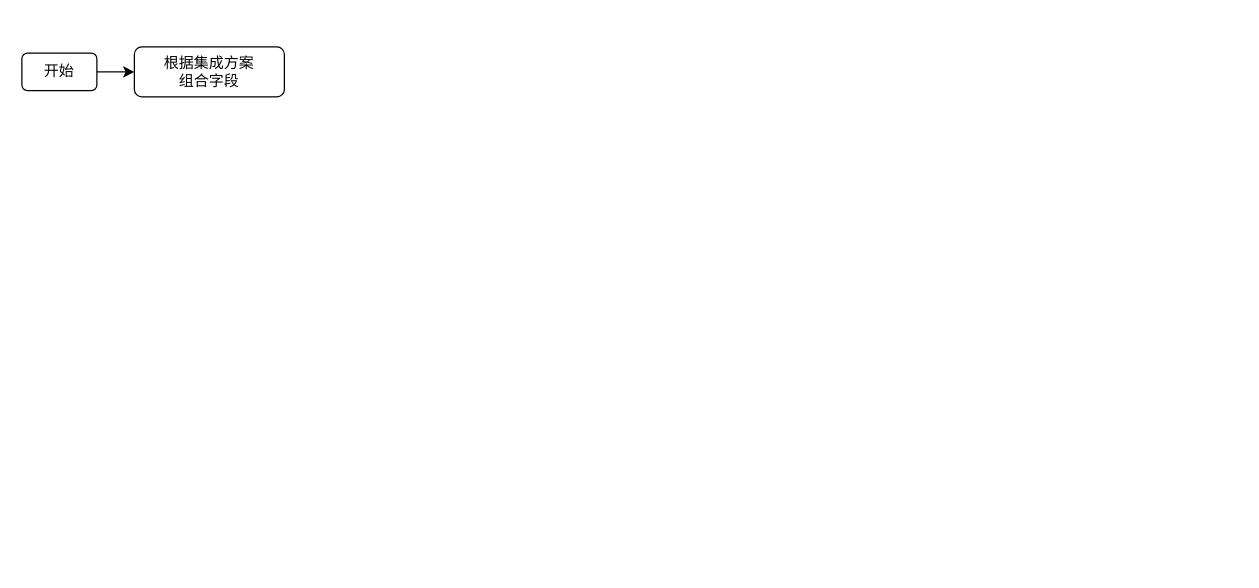
Above: eip2.drawio in Alphathur/diagram (draw.io), before the change. Source tidied: cells renumbered, new cells numbered last; positions are measured from the earlier drawing's top-left corner, leaving out a move shared by most shapes. Both pictures are drawn from the tidied source at 125%, with x=0, y=0 at pixel (21, 46).
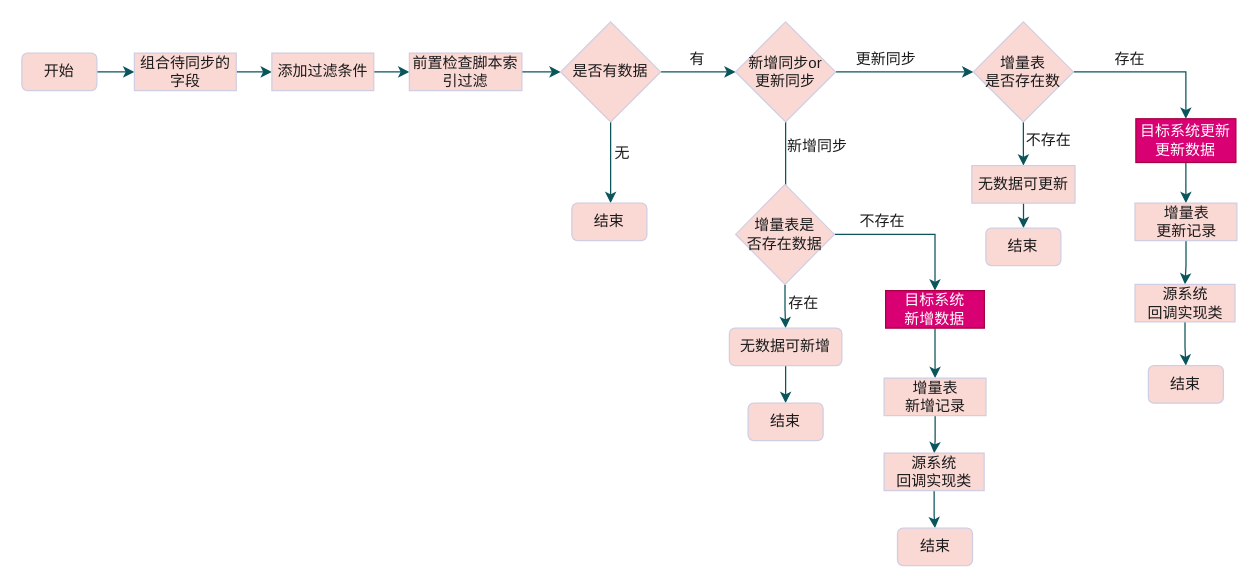
Above is the later version.

Change to the diagram source:
```diff
@@
-    <mxCell id="2" style="edgeStyle=orthogonalEdgeStyle;rounded=0;jettySize=auto;html=1;exitX=1;exitY=0.5;exitDx=0;exitDy=0;entryX=0;entryY=0.5;entryDx=0;entryDy=0;" parent="1" edge="1" source="3" target="4">
-      <mxGeometry relative="1" as="geometry" />
-    </mxCell>
+    <mxCell id="5" style="edgeStyle=orthogonalEdgeStyle;rounded=0;jettySize=auto;html=1;strokeColor=#09555B;fontColor=#1A1A1A;" parent="1" edge="1" source="3" target="49">
+      <mxGeometry relative="1" as="geometry" />
+    </mxCell>
-    <mxCell id="3" value="开始" style="rounded=1;whiteSpace=wrap;html=1;" parent="1" vertex="1">
+    <mxCell id="3" value="开始" style="rounded=1;whiteSpace=wrap;html=1;fillColor=#FAD9D5;strokeColor=#D0CEE2;fontColor=#1A1A1A;" parent="1" vertex="1">
       <mxGeometry y="5" width="60" height="30" as="geometry" />
     </mxCell>
-    <mxCell id="4" value="根据集成方案&lt;br&gt;组合字段" style="rounded=1;whiteSpace=wrap;html=1;" parent="1" vertex="1">
-      <mxGeometry x="90" width="120" height="40" as="geometry" />
-    </mxCell>
+    <mxCell id="6" style="edgeStyle=orthogonalEdgeStyle;rounded=0;jettySize=auto;html=1;exitX=1;exitY=0.5;exitDx=0;exitDy=0;entryX=0;entryY=0.5;entryDx=0;entryDy=0;strokeColor=#09555B;fontColor=#1A1A1A;" parent="1" edge="1" target="9">
+      <mxGeometry relative="1" as="geometry">
+        <mxPoint x="399" y="20" as="sourcePoint" />
+      </mxGeometry>
+    </mxCell>
+    <mxCell id="7" style="edgeStyle=orthogonalEdgeStyle;rounded=0;jettySize=auto;html=1;strokeColor=#09555B;fontColor=#1A1A1A;" parent="1" edge="1" source="9">
+      <mxGeometry relative="1" as="geometry">
+        <mxPoint x="571" y="20" as="targetPoint" />
+      </mxGeometry>
+    </mxCell>
+    <mxCell id="8" style="edgeStyle=orthogonalEdgeStyle;rounded=0;jettySize=auto;html=1;entryX=0.5;entryY=0;entryDx=0;entryDy=0;strokeColor=#09555B;fontColor=#1A1A1A;" parent="1" edge="1" source="9">
+      <mxGeometry relative="1" as="geometry">
+        <mxPoint x="471" y="125" as="targetPoint" />
+        <Array as="points">
+          <mxPoint x="471" y="85" />
+          <mxPoint x="471" y="85" />
+        </Array>
+      </mxGeometry>
+    </mxCell>
+    <mxCell id="9" value="是否有数据" style="rhombus;whiteSpace=wrap;html=1;fillColor=#FAD9D5;strokeColor=#D0CEE2;fontColor=#1A1A1A;" parent="1" vertex="1">
+      <mxGeometry x="431" y="-20" width="80" height="80" as="geometry" />
+    </mxCell>
+    <mxCell id="10" value="无" style="text;html=1;align=center;verticalAlign=middle;strokeColor=none;fillColor=none;fontColor=#1A1A1A;" parent="1" vertex="1">
+      <mxGeometry x="460" y="70" width="40" height="30" as="geometry" />
+    </mxCell>
+    <mxCell id="11" value="有" style="text;html=1;align=center;verticalAlign=middle;strokeColor=none;fillColor=none;fontColor=#1A1A1A;" parent="1" vertex="1">
+      <mxGeometry x="520" y="-5" width="40" height="30" as="geometry" />
+    </mxCell>
+    <mxCell id="12" style="edgeStyle=orthogonalEdgeStyle;rounded=0;jettySize=auto;html=1;strokeColor=#09555B;fontColor=#1A1A1A;" parent="1" edge="1" source="14">
+      <mxGeometry relative="1" as="geometry">
+        <mxPoint x="611" y="125" as="targetPoint" />
+      </mxGeometry>
+    </mxCell>
+    <mxCell id="13" style="edgeStyle=orthogonalEdgeStyle;rounded=0;jettySize=auto;html=1;entryX=0;entryY=0.5;entryDx=0;entryDy=0;strokeColor=#09555B;fontColor=#1A1A1A;" parent="1" edge="1" source="14" target="21">
+      <mxGeometry relative="1" as="geometry" />
+    </mxCell>
+    <mxCell id="14" value="新增同步or&lt;br&gt;更新同步" style="rhombus;whiteSpace=wrap;html=1;fillColor=#FAD9D5;strokeColor=#D0CEE2;fontColor=#1A1A1A;" parent="1" vertex="1">
+      <mxGeometry x="571" y="-20" width="80" height="80" as="geometry" />
+    </mxCell>
+    <mxCell id="15" value="新增同步" style="text;html=1;align=center;verticalAlign=middle;strokeColor=none;fillColor=none;fontColor=#1A1A1A;" parent="1" vertex="1">
+      <mxGeometry x="601" y="65" width="70" height="30" as="geometry" />
+    </mxCell>
+    <mxCell id="16" style="edgeStyle=orthogonalEdgeStyle;rounded=0;jettySize=auto;html=1;entryX=0.5;entryY=0;entryDx=0;entryDy=0;strokeColor=#09555B;fontColor=#1A1A1A;" parent="1" edge="1" source="18" target="23">
+      <mxGeometry relative="1" as="geometry" />
+    </mxCell>
+    <mxCell id="17" style="edgeStyle=orthogonalEdgeStyle;rounded=0;jettySize=auto;html=1;entryX=0.5;entryY=0;entryDx=0;entryDy=0;strokeColor=#09555B;fontColor=#1A1A1A;" parent="1" edge="1" source="18" target="26">
+      <mxGeometry relative="1" as="geometry" />
+    </mxCell>
+    <mxCell id="18" value="增量表是&lt;br&gt;否存在数据" style="rhombus;whiteSpace=wrap;html=1;fillColor=#FAD9D5;strokeColor=#D0CEE2;fontColor=#1A1A1A;" parent="1" vertex="1">
+      <mxGeometry x="571" y="110" width="79" height="80" as="geometry" />
+    </mxCell>
+    <mxCell id="19" style="edgeStyle=orthogonalEdgeStyle;rounded=0;jettySize=auto;html=1;entryX=0.5;entryY=0;entryDx=0;entryDy=0;strokeColor=#09555B;fontColor=#1A1A1A;" parent="1" edge="1" source="21" target="34">
+      <mxGeometry relative="1" as="geometry" />
+    </mxCell>
+    <mxCell id="20" style="edgeStyle=orthogonalEdgeStyle;rounded=0;jettySize=auto;html=1;entryX=0.5;entryY=0;entryDx=0;entryDy=0;strokeColor=#09555B;fontColor=#1A1A1A;" parent="1" edge="1" source="21" target="38">
+      <mxGeometry relative="1" as="geometry" />
+    </mxCell>
+    <mxCell id="21" value="增量表&lt;br&gt;是否存在数" style="rhombus;whiteSpace=wrap;html=1;fillColor=#FAD9D5;strokeColor=#D0CEE2;fontColor=#1A1A1A;" parent="1" vertex="1">
+      <mxGeometry x="761.2" y="-20" width="80" height="80" as="geometry" />
+    </mxCell>
+    <mxCell id="22" style="edgeStyle=orthogonalEdgeStyle;rounded=0;jettySize=auto;html=1;strokeColor=#09555B;fontColor=#1A1A1A;" parent="1" edge="1" source="23">
+      <mxGeometry relative="1" as="geometry">
+        <mxPoint x="611" y="285" as="targetPoint" />
+      </mxGeometry>
+    </mxCell>
+    <mxCell id="23" value="无数据可新增" style="rounded=1;whiteSpace=wrap;html=1;fillColor=#FAD9D5;strokeColor=#D0CEE2;fontColor=#1A1A1A;" parent="1" vertex="1">
+      <mxGeometry x="566" y="225" width="90" height="30" as="geometry" />
+    </mxCell>
+    <mxCell id="24" value="存在" style="text;html=1;align=center;verticalAlign=middle;strokeColor=none;fillColor=none;fontColor=#1A1A1A;" parent="1" vertex="1">
+      <mxGeometry x="600" y="190" width="50" height="30" as="geometry" />
+    </mxCell>
+    <mxCell id="25" style="edgeStyle=orthogonalEdgeStyle;rounded=0;jettySize=auto;html=1;strokeColor=#09555B;fontColor=#1A1A1A;" parent="1" edge="1" source="26" target="29">
+      <mxGeometry relative="1" as="geometry" />
+    </mxCell>
+    <mxCell id="26" value="目标系统&lt;br&gt;新增数据" style="whiteSpace=wrap;html=1;fillColor=#d80073;strokeColor=#A50040;fontColor=#ffffff;" parent="1" vertex="1">
+      <mxGeometry x="691" y="195" width="79" height="30" as="geometry" />
+    </mxCell>
+    <mxCell id="27" value="不存在" style="text;html=1;align=center;verticalAlign=middle;strokeColor=none;fillColor=none;fontColor=#1A1A1A;" parent="1" vertex="1">
+      <mxGeometry x="658" y="125" width="60" height="30" as="geometry" />
+    </mxCell>
+    <mxCell id="28" style="edgeStyle=orthogonalEdgeStyle;rounded=0;jettySize=auto;html=1;strokeColor=#09555B;fontColor=#1A1A1A;" parent="1" edge="1" source="29" target="31">
+      <mxGeometry relative="1" as="geometry" />
+    </mxCell>
+    <mxCell id="29" value="增量表&lt;br&gt;新增记录" style="whiteSpace=wrap;html=1;fillColor=#FAD9D5;strokeColor=#D0CEE2;fontColor=#1A1A1A;" parent="1" vertex="1">
+      <mxGeometry x="689.8" y="265" width="81.5" height="30" as="geometry" />
+    </mxCell>
+    <mxCell id="30" style="edgeStyle=orthogonalEdgeStyle;rounded=0;jettySize=auto;html=1;strokeColor=#09555B;fontColor=#1A1A1A;" parent="1" edge="1" source="31" target="44">
+      <mxGeometry relative="1" as="geometry" />
+    </mxCell>
+    <mxCell id="31" value="源系统&lt;br&gt;回调实现类" style="whiteSpace=wrap;html=1;fillColor=#FAD9D5;strokeColor=#D0CEE2;fontColor=#1A1A1A;" parent="1" vertex="1">
+      <mxGeometry x="689.8" y="325" width="80" height="30" as="geometry" />
+    </mxCell>
+    <mxCell id="32" value="更新同步" style="text;html=1;align=center;verticalAlign=middle;strokeColor=none;fillColor=none;fontColor=#1A1A1A;" parent="1" vertex="1">
+      <mxGeometry x="656" y="-5" width="70" height="30" as="geometry" />
+    </mxCell>
+    <mxCell id="33" style="edgeStyle=orthogonalEdgeStyle;rounded=0;jettySize=auto;html=1;strokeColor=#09555B;fontColor=#1A1A1A;" parent="1" edge="1" source="34" target="36">
+      <mxGeometry relative="1" as="geometry" />
+    </mxCell>
+    <mxCell id="34" value="无数据可更新" style="rounded=0;whiteSpace=wrap;html=1;fillColor=#FAD9D5;strokeColor=#D0CEE2;fontColor=#1A1A1A;" parent="1" vertex="1">
+      <mxGeometry x="760" y="95" width="82.5" height="30" as="geometry" />
+    </mxCell>
+    <mxCell id="35" value="不存在" style="text;html=1;align=center;verticalAlign=middle;strokeColor=none;fillColor=none;fontColor=#1A1A1A;" parent="1" vertex="1">
+      <mxGeometry x="791.2" y="60" width="60" height="30" as="geometry" />
+    </mxCell>
+    <mxCell id="36" value="结束" style="rounded=1;whiteSpace=wrap;html=1;fillColor=#FAD9D5;strokeColor=#D0CEE2;fontColor=#1A1A1A;" parent="1" vertex="1">
+      <mxGeometry x="771.2" y="145" width="60" height="30" as="geometry" />
+    </mxCell>
+    <mxCell id="37" style="edgeStyle=orthogonalEdgeStyle;rounded=0;jettySize=auto;html=1;entryX=0.5;entryY=0;entryDx=0;entryDy=0;strokeColor=#09555B;fontColor=#1A1A1A;" parent="1" edge="1" source="38" target="41">
+      <mxGeometry relative="1" as="geometry" />
+    </mxCell>
+    <mxCell id="38" value="目标系统更新更新数据" style="whiteSpace=wrap;html=1;fillColor=#d80073;strokeColor=#A50040;fontColor=#ffffff;" parent="1" vertex="1">
+      <mxGeometry x="891.2" y="57.5" width="80" height="35" as="geometry" />
+    </mxCell>
+    <mxCell id="39" value="存在" style="text;html=1;align=center;verticalAlign=middle;strokeColor=none;fillColor=none;fontColor=#1A1A1A;" parent="1" vertex="1">
+      <mxGeometry x="861.2" y="-5" width="50" height="30" as="geometry" />
+    </mxCell>
+    <mxCell id="40" style="edgeStyle=orthogonalEdgeStyle;rounded=0;jettySize=auto;html=1;strokeColor=#09555B;fontColor=#1A1A1A;" parent="1" edge="1" source="41" target="43">
+      <mxGeometry relative="1" as="geometry" />
+    </mxCell>
+    <mxCell id="41" value="增量表&lt;br&gt;更新记录" style="whiteSpace=wrap;html=1;fillColor=#FAD9D5;strokeColor=#D0CEE2;fontColor=#1A1A1A;" parent="1" vertex="1">
+      <mxGeometry x="890.5" y="125" width="81.5" height="30" as="geometry" />
+    </mxCell>
+    <mxCell id="42" style="edgeStyle=orthogonalEdgeStyle;rounded=0;jettySize=auto;html=1;strokeColor=#09555B;fontColor=#1A1A1A;" parent="1" edge="1" source="43" target="45">
+      <mxGeometry relative="1" as="geometry" />
+    </mxCell>
+    <mxCell id="43" value="源系统&lt;br&gt;回调实现类" style="whiteSpace=wrap;html=1;fillColor=#FAD9D5;strokeColor=#D0CEE2;fontColor=#1A1A1A;" parent="1" vertex="1">
+      <mxGeometry x="890.5" y="190" width="80" height="30" as="geometry" />
+    </mxCell>
+    <mxCell id="44" value="结束" style="rounded=1;whiteSpace=wrap;html=1;fillColor=#FAD9D5;strokeColor=#D0CEE2;fontColor=#1A1A1A;" parent="1" vertex="1">
+      <mxGeometry x="700.5" y="385" width="60" height="30" as="geometry" />
+    </mxCell>
+    <mxCell id="45" value="结束" style="rounded=1;whiteSpace=wrap;html=1;fillColor=#FAD9D5;strokeColor=#D0CEE2;fontColor=#1A1A1A;" parent="1" vertex="1">
+      <mxGeometry x="901.2" y="255" width="60" height="30" as="geometry" />
+    </mxCell>
+    <mxCell id="46" value="结束" style="rounded=1;whiteSpace=wrap;html=1;fillColor=#FAD9D5;strokeColor=#D0CEE2;fontColor=#1A1A1A;" parent="1" vertex="1">
+      <mxGeometry x="581" y="285" width="60" height="30" as="geometry" />
+    </mxCell>
+    <mxCell id="47" value="结束" style="rounded=1;whiteSpace=wrap;html=1;fillColor=#FAD9D5;strokeColor=#D0CEE2;fontColor=#1A1A1A;" parent="1" vertex="1">
+      <mxGeometry x="440" y="125" width="60" height="30" as="geometry" />
+    </mxCell>
+    <mxCell id="48" style="edgeStyle=orthogonalEdgeStyle;rounded=0;jettySize=auto;html=1;strokeColor=#09555B;fontColor=#1A1A1A;" parent="1" edge="1" source="49" target="51">
+      <mxGeometry relative="1" as="geometry" />
+    </mxCell>
+    <mxCell id="49" value="组合待同步的字段" style="whiteSpace=wrap;html=1;fillColor=#FAD9D5;strokeColor=#D0CEE2;fontColor=#1A1A1A;" parent="1" vertex="1">
+      <mxGeometry x="90" y="5" width="81.5" height="30" as="geometry" />
+    </mxCell>
+    <mxCell id="50" style="edgeStyle=orthogonalEdgeStyle;rounded=0;jettySize=auto;html=1;strokeColor=#09555B;fontColor=#1A1A1A;" parent="1" edge="1" source="51" target="52">
+      <mxGeometry relative="1" as="geometry" />
+    </mxCell>
+    <mxCell id="51" value="添加过滤条件" style="whiteSpace=wrap;html=1;fillColor=#FAD9D5;strokeColor=#D0CEE2;fontColor=#1A1A1A;" parent="1" vertex="1">
+      <mxGeometry x="200" y="5" width="81.5" height="30" as="geometry" />
+    </mxCell>
+    <mxCell id="52" value="前置检查脚本索引过滤" style="whiteSpace=wrap;html=1;fillColor=#FAD9D5;strokeColor=#D0CEE2;fontColor=#1A1A1A;" parent="1" vertex="1">
+      <mxGeometry x="310" y="5" width="90" height="30" as="geometry" />
+    </mxCell>
```
